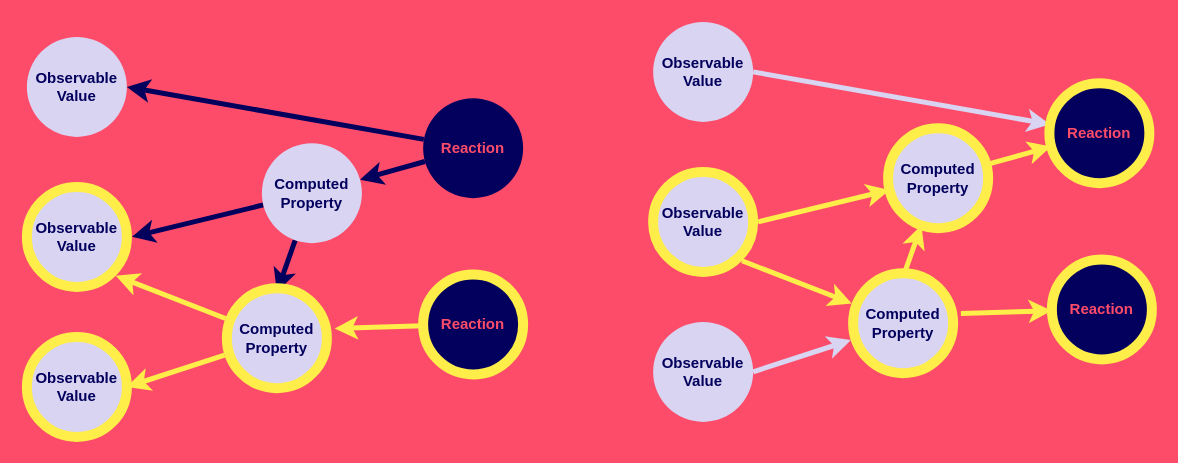
Earlier version of the draw.io diagram diagrams/derivationGraph.drawio (maxgallo/talk-reinventing-mobx). Source tidied: cells renumbered, new cells numbered last; positions are measured from the earlier drawing's top-left corner, leaving out a move shared by most shapes. Both pictures are drawn from the tidied source at 125%, with x=0, y=0 at pixel (26, 21).
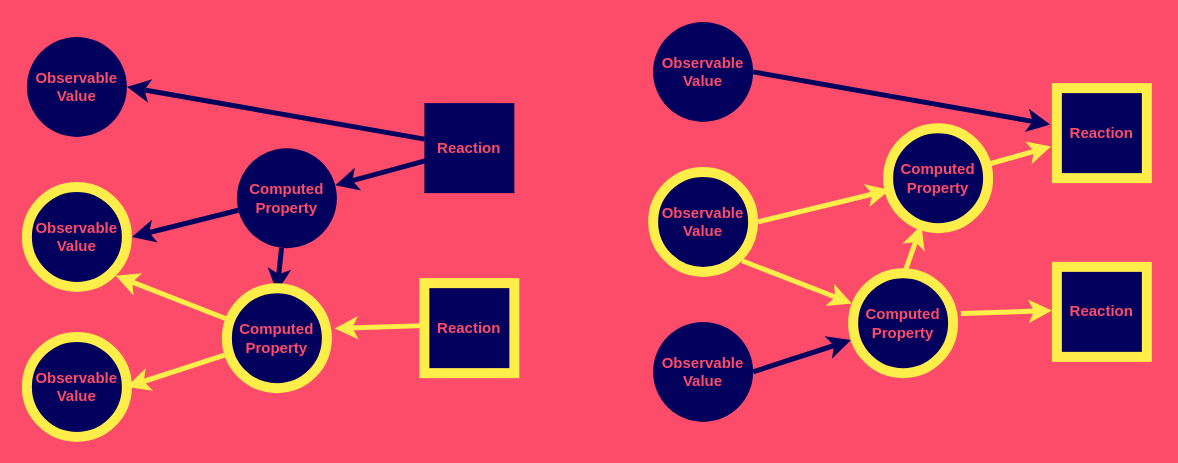
Above is the later version.

What changed in the source:
```diff
@@
-    <mxCell id="2" value="Observable Value" style="ellipse;whiteSpace=wrap;fillColor=#D8D4F2;strokeColor=none;strokeWidth=1;fontStyle=1;fontColor=#03005D;" parent="1" vertex="1">
+    <mxCell id="2" value="Observable Value" style="ellipse;whiteSpace=wrap;fillColor=#03005D;strokeColor=none;strokeWidth=8;fontStyle=1;fontColor=#FD4C69;dashed=1;dashPattern=1 1;" parent="1" vertex="1">
       <mxGeometry y="12" width="80" height="80" as="geometry" />
     </mxCell>
-    <mxCell id="3" value="Observable Value" style="ellipse;whiteSpace=wrap;fillColor=#D8D4F2;strokeColor=#FFEE4A;fontStyle=1;strokeWidth=8;fontColor=#03005D;" parent="1" vertex="1">
+    <mxCell id="3" value="Observable Value" style="ellipse;whiteSpace=wrap;fillColor=#03005D;strokeColor=#FFEE4A;fontStyle=1;strokeWidth=8;fontColor=#FD4C69;" parent="1" vertex="1">
       <mxGeometry y="252" width="80" height="80" as="geometry" />
     </mxCell>
@@
-    <mxCell id="6" style="edgeStyle=none;rounded=0;entryX=1;entryY=0.5;jettySize=auto;strokeWidth=4;fillColor=#dae8fc;strokeColor=#03005D;" parent="1" edge="1" source="13" target="2">
-      <mxGeometry relative="1" as="geometry" />
+    <mxCell id="6" style="edgeStyle=none;rounded=0;entryX=1;entryY=0.5;jettySize=auto;strokeWidth=4;fillColor=#dae8fc;strokeColor=#03005D;" parent="1" edge="1" target="2">
+      <mxGeometry relative="1" as="geometry">
+        <mxPoint x="318.2" y="93.8" as="sourcePoint" />
+      </mxGeometry>
     </mxCell>
-    <mxCell id="7" style="edgeStyle=none;rounded=0;jettySize=auto;strokeWidth=4;fillColor=#dae8fc;strokeColor=#03005D;" parent="1" edge="1" source="13" target="15">
-      <mxGeometry relative="1" as="geometry" />
+    <mxCell id="7" style="edgeStyle=none;rounded=0;jettySize=auto;strokeWidth=4;fillColor=#dae8fc;strokeColor=#03005D;" parent="1" edge="1" target="15">
+      <mxGeometry relative="1" as="geometry">
+        <mxPoint x="321.4" y="110.4" as="sourcePoint" />
+      </mxGeometry>
     </mxCell>
-    <mxCell id="8" style="edgeStyle=none;rounded=0;entryX=1.025;entryY=0.413;entryPerimeter=0;jettySize=auto;strokeWidth=4;fillColor=#dae8fc;strokeColor=#FFEE4A;" parent="1" edge="1" source="14" target="12">
-      <mxGeometry relative="1" as="geometry" />
+    <mxCell id="8" style="edgeStyle=none;rounded=0;entryX=1.025;entryY=0.413;entryPerimeter=0;jettySize=auto;strokeWidth=4;fillColor=#dae8fc;strokeColor=#FFEE4A;" parent="1" edge="1" target="12">
+      <mxGeometry relative="1" as="geometry">
+        <mxPoint x="317" y="243" as="sourcePoint" />
+      </mxGeometry>
     </mxCell>
@@
-    <mxCell id="11" value="Observable Value" style="ellipse;whiteSpace=wrap;fillColor=#D8D4F2;strokeColor=#FFEE4A;strokeWidth=8;fontStyle=1;perimeterSpacing=4;fontColor=#03005D;" parent="1" vertex="1">
+    <mxCell id="11" value="Observable Value" style="ellipse;whiteSpace=wrap;fillColor=#03005D;strokeColor=#FFEE4A;strokeWidth=8;fontStyle=1;perimeterSpacing=4;fontColor=#FD4C69;" parent="1" vertex="1">
       <mxGeometry y="132" width="80" height="80" as="geometry" />
     </mxCell>
-    <mxCell id="12" value="Computed Property" style="ellipse;whiteSpace=wrap;fillColor=#D8D4F2;strokeColor=#FFEE4A;strokeWidth=8;fontStyle=1;fontColor=#03005D;perimeterSpacing=4;" parent="1" vertex="1">
+    <mxCell id="12" value="Computed Property" style="ellipse;whiteSpace=wrap;fillColor=#03005D;strokeColor=#FFEE4A;strokeWidth=8;fontStyle=1;fontColor=#FD4C69;perimeterSpacing=4;" parent="1" vertex="1">
       <mxGeometry x="160" y="213" width="80" height="80" as="geometry" />
     </mxCell>
-    <mxCell id="13" value="Reaction" style="ellipse;whiteSpace=wrap;fillColor=#03005D;strokeColor=none;strokeWidth=8;fontStyle=1;fontColor=#FD4C69;" parent="1" vertex="1">
-      <mxGeometry x="317" y="61" width="80" height="80" as="geometry" />
-    </mxCell>
-    <mxCell id="14" value="Reaction" style="ellipse;whiteSpace=wrap;fillColor=#03005D;strokeColor=#FFEE4A;strokeWidth=8;fontStyle=1;fontColor=#FD4C69;" parent="1" vertex="1">
-      <mxGeometry x="317" y="202" width="80" height="80" as="geometry" />
-    </mxCell>
-    <mxCell id="15" value="Computed Property" style="ellipse;whiteSpace=wrap;fillColor=#D8D4F2;strokeColor=none;strokeWidth=8;fontColor=#03005D;fontStyle=1;perimeterSpacing=0;gradientColor=none;gradientDirection=east;" parent="1" vertex="1">
-      <mxGeometry x="188" y="97" width="80" height="80" as="geometry" />
+    <mxCell id="15" value="Computed Property" style="ellipse;whiteSpace=wrap;fillColor=#03005D;strokeColor=none;strokeWidth=8;fontColor=#FD4C69;fontStyle=1;perimeterSpacing=0;gradientColor=none;gradientDirection=east;dashed=1;dashPattern=1 1;" parent="1" vertex="1">
+      <mxGeometry x="168" y="101" width="80" height="80" as="geometry" />
     </mxCell>
-    <mxCell id="16" value="Observable Value" style="ellipse;whiteSpace=wrap;fillColor=#D8D4F2;strokeColor=none;strokeWidth=1;fontStyle=1;fontColor=#03005D;" parent="1" vertex="1">
+    <mxCell id="16" value="Observable Value" style="ellipse;whiteSpace=wrap;fillColor=#03005D;strokeColor=none;strokeWidth=1;fontStyle=1;fontColor=#FD4C69;" parent="1" vertex="1">
       <mxGeometry x="501" width="80" height="80" as="geometry" />
     </mxCell>
-    <mxCell id="17" value="Observable Value" style="ellipse;whiteSpace=wrap;fillColor=#D8D4F2;strokeColor=none;fontStyle=1;fontColor=#03005D;" parent="1" vertex="1">
+    <mxCell id="17" value="Observable Value" style="ellipse;whiteSpace=wrap;fillColor=#03005D;strokeColor=none;fontStyle=1;fontColor=#FD4C69;" parent="1" vertex="1">
       <mxGeometry x="501" y="240" width="80" height="80" as="geometry" />
     </mxCell>
@@
-    <mxCell id="19" style="edgeStyle=none;rounded=0;entryX=1;entryY=0.5;jettySize=auto;strokeWidth=4;fillColor=#dae8fc;strokeColor=#D8D4F2;startArrow=classic;startFill=1;endArrow=none;endFill=0;" parent="1" edge="1" source="26" target="17">
+    <mxCell id="19" style="edgeStyle=none;rounded=0;entryX=1;entryY=0.5;jettySize=auto;strokeWidth=4;fillColor=#dae8fc;strokeColor=#03005D;startArrow=classic;startFill=1;endArrow=none;endFill=0;" parent="1" edge="1" source="26" target="17">
       <mxGeometry relative="1" as="geometry" />
     </mxCell>
-    <mxCell id="20" style="edgeStyle=none;rounded=0;entryX=1;entryY=0.5;jettySize=auto;strokeWidth=4;fillColor=#dae8fc;strokeColor=#D8D4F2;startArrow=classic;startFill=1;endArrow=none;endFill=0;" parent="1" edge="1" source="27" target="16">
-      <mxGeometry relative="1" as="geometry" />
+    <mxCell id="20" style="edgeStyle=none;rounded=0;entryX=1;entryY=0.5;jettySize=auto;strokeWidth=4;fillColor=#dae8fc;strokeColor=#03005D;startArrow=classic;startFill=1;endArrow=none;endFill=0;" parent="1" edge="1" target="16">
+      <mxGeometry relative="1" as="geometry">
+        <mxPoint x="818.6" y="82.1" as="sourcePoint" />
+      </mxGeometry>
     </mxCell>
-    <mxCell id="21" style="edgeStyle=none;rounded=0;jettySize=auto;strokeWidth=4;fillColor=#dae8fc;strokeColor=#FFEE4A;endArrow=none;endFill=0;startArrow=classic;startFill=1;" parent="1" edge="1" source="27" target="29">
-      <mxGeometry relative="1" as="geometry" />
+    <mxCell id="21" style="edgeStyle=none;rounded=0;jettySize=auto;strokeWidth=4;fillColor=#dae8fc;strokeColor=#FFEE4A;endArrow=none;endFill=0;startArrow=classic;startFill=1;" parent="1" edge="1" target="29">
+      <mxGeometry relative="1" as="geometry">
+        <mxPoint x="819.4" y="99.7" as="sourcePoint" />
+      </mxGeometry>
     </mxCell>
-    <mxCell id="22" style="edgeStyle=none;rounded=0;entryX=1.025;entryY=0.413;entryPerimeter=0;jettySize=auto;strokeWidth=4;fillColor=#dae8fc;strokeColor=#FFEE4A;startArrow=classic;startFill=1;endArrow=none;endFill=0;" parent="1" edge="1" source="28" target="26">
-      <mxGeometry relative="1" as="geometry" />
+    <mxCell id="22" style="edgeStyle=none;rounded=0;entryX=1.025;entryY=0.413;entryPerimeter=0;jettySize=auto;strokeWidth=4;fillColor=#dae8fc;strokeColor=#FFEE4A;startArrow=classic;startFill=1;endArrow=none;endFill=0;" parent="1" edge="1" target="26">
+      <mxGeometry relative="1" as="geometry">
+        <mxPoint x="820" y="231" as="sourcePoint" />
+      </mxGeometry>
     </mxCell>
@@
-    <mxCell id="25" value="Observable Value" style="ellipse;whiteSpace=wrap;fillColor=#D8D4F2;strokeColor=#FFEE4A;strokeWidth=8;fontStyle=1;perimeterSpacing=4;fontColor=#03005D;" parent="1" vertex="1">
+    <mxCell id="25" value="Observable Value" style="ellipse;whiteSpace=wrap;fillColor=#03005D;strokeColor=#FFEE4A;strokeWidth=8;fontStyle=1;perimeterSpacing=4;fontColor=#FD4C69;" parent="1" vertex="1">
       <mxGeometry x="501" y="120" width="80" height="80" as="geometry" />
     </mxCell>
-    <mxCell id="26" value="Computed Property" style="ellipse;whiteSpace=wrap;fillColor=#D8D4F2;strokeColor=#FFEE4A;strokeWidth=8;fontStyle=1;fontColor=#03005D;perimeterSpacing=4;" parent="1" vertex="1">
+    <mxCell id="26" value="Computed Property" style="ellipse;whiteSpace=wrap;fillColor=#03005D;strokeColor=#FFEE4A;strokeWidth=8;fontStyle=1;fontColor=#FD4C69;perimeterSpacing=4;" parent="1" vertex="1">
       <mxGeometry x="661" y="201" width="80" height="80" as="geometry" />
     </mxCell>
-    <mxCell id="27" value="Reaction" style="ellipse;whiteSpace=wrap;fillColor=#03005D;strokeColor=#FFEE4A;strokeWidth=8;fontStyle=1;fontColor=#FD4C69;" parent="1" vertex="1">
-      <mxGeometry x="818" y="49" width="80" height="80" as="geometry" />
-    </mxCell>
-    <mxCell id="28" value="Reaction" style="ellipse;whiteSpace=wrap;fillColor=#03005D;strokeColor=#FFEE4A;strokeWidth=8;fontStyle=1;fontColor=#FD4C69;" parent="1" vertex="1">
-      <mxGeometry x="820" y="190" width="80" height="80" as="geometry" />
-    </mxCell>
-    <mxCell id="29" value="Computed Property" style="ellipse;whiteSpace=wrap;fillColor=#D8D4F2;strokeColor=#FFEE4A;strokeWidth=8;fontColor=#03005D;fontStyle=1;perimeterSpacing=0;" parent="1" vertex="1">
+    <mxCell id="29" value="Computed Property" style="ellipse;whiteSpace=wrap;fillColor=#03005D;strokeColor=#FFEE4A;strokeWidth=8;fontColor=#FD4C69;fontStyle=1;perimeterSpacing=0;" parent="1" vertex="1">
       <mxGeometry x="689" y="85" width="80" height="80" as="geometry" />
     </mxCell>
+    <mxCell id="30" value="Reaction" style="whiteSpace=wrap;html=1;dashed=1;dashPattern=1 1;strokeColor=none;strokeWidth=8;fillColor=#03005D;fontFamily=Helvetica;fontColor=#FD4C69;fontStyle=1;" parent="1" vertex="1">
+      <mxGeometry x="318" y="65" width="72" height="72" as="geometry" />
+    </mxCell>
+    <mxCell id="31" value="Reaction" style="whiteSpace=wrap;html=1;strokeColor=#FFEE4A;strokeWidth=8;fillColor=#03005D;fontFamily=Helvetica;fontColor=#FD4C69;fontStyle=1;" parent="1" vertex="1">
+      <mxGeometry x="318" y="209" width="72" height="72" as="geometry" />
+    </mxCell>
+    <mxCell id="32" value="Reaction" style="whiteSpace=wrap;html=1;strokeColor=#FFEE4A;strokeWidth=8;fillColor=#03005D;fontFamily=Helvetica;fontColor=#FD4C69;fontStyle=1;" parent="1" vertex="1">
+      <mxGeometry x="824" y="53" width="72" height="72" as="geometry" />
+    </mxCell>
+    <mxCell id="33" value="Reaction" style="whiteSpace=wrap;html=1;strokeColor=#FFEE4A;strokeWidth=8;fillColor=#03005D;fontFamily=Helvetica;fontColor=#FD4C69;fontStyle=1;" parent="1" vertex="1">
+      <mxGeometry x="824" y="196" width="72" height="72" as="geometry" />
+    </mxCell>
```
